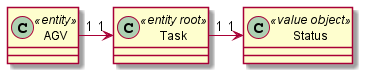
Earlier version of the PlantUML export eapli.base/Documentation/Geral/Task_Aggregate.png (LourencoMelo/ISEP-EAPLI).
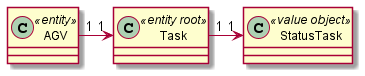
After the commit.

Commit message:
MD upgrade, Glossary correction. UML changes

Diff of the diagram source:
```diff
@@ -3,7 +3,7 @@
 class Task<<entity root>>{
 }
 
-class Status<<value object>>{
+class StatusTask<<value object>>{
 
 }
 
@@ -12,7 +12,7 @@
 }
 
 AGV "1" -> "1" Task
-Task "1" -> "1" Status
+Task "1" -> "1" StatusTask
 
 
 @enduml
```
